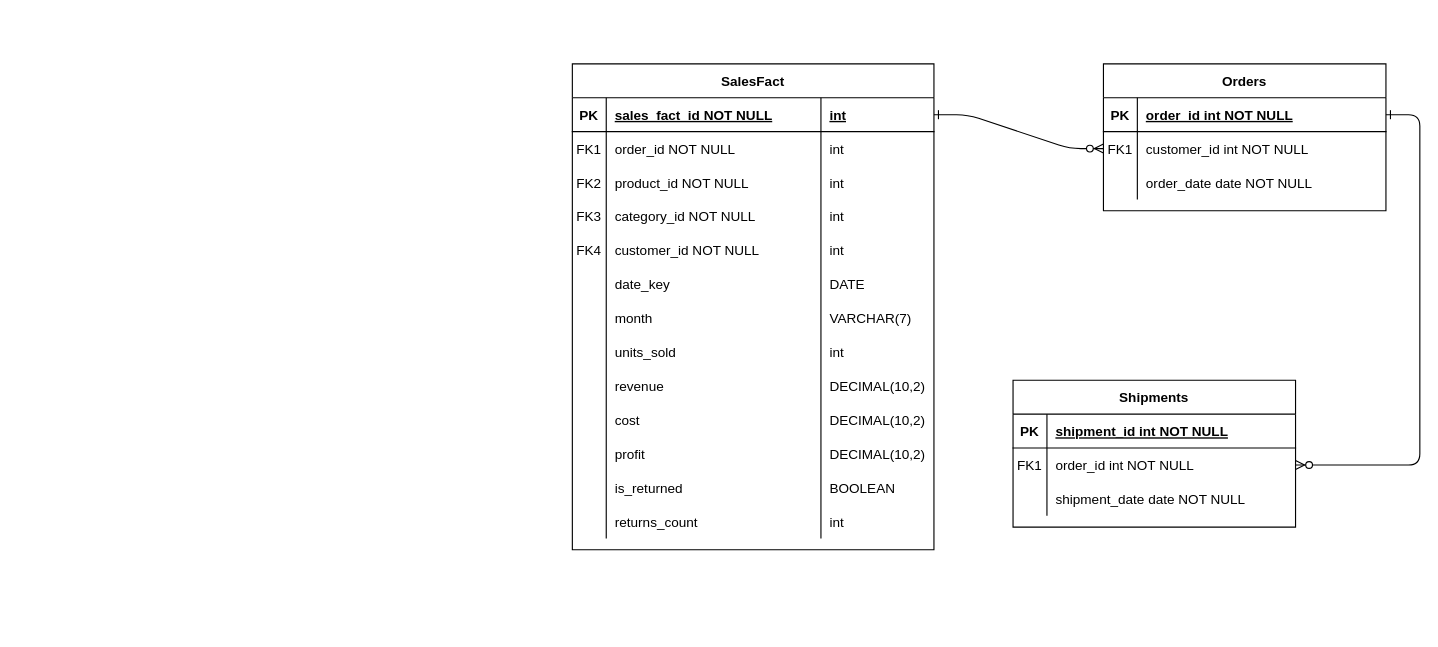
Above: Снежинка Data Mart.drawio in SofiyaBrodnikova/-educational (draw.io), before the change. Source tidied: cells renumbered, new cells numbered last; positions are measured from the earlier drawing's top-left corner, leaving out a move shared by most shapes. Both pictures are drawn from the tidied source at 113%, with x=0, y=0 at pixel (572, 63).
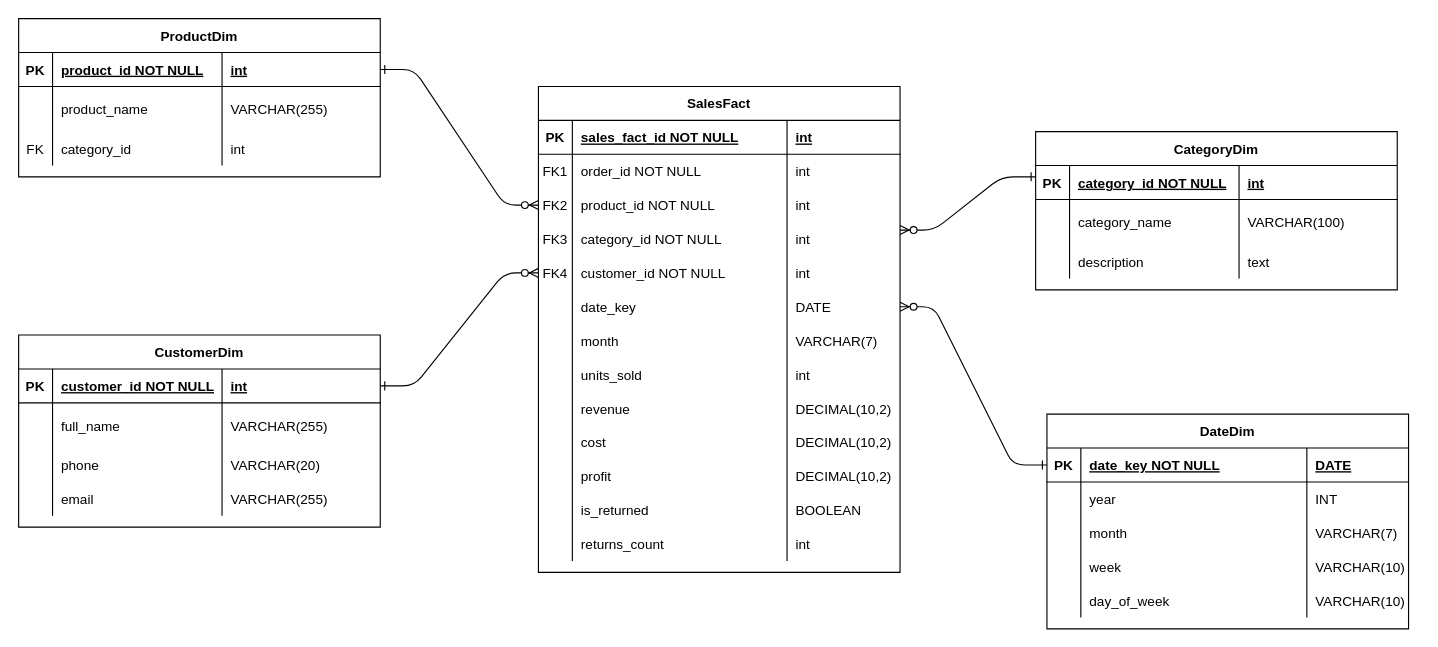
The same diagram, later.

Unchanged cells that the change refers to:
```xml
<mxCell id="25" style="shape=partialRectangle;fillColor=none;points=[[0,0.5],[1,0.5]];portConstraint=eastwest;top=0;left=0;right=0;bottom=1;" parent="24" vertex="1">
  <mxGeometry y="30" width="320" height="30" as="geometry" />
</mxCell>
<mxCell id="33" style="shape=partialRectangle;fillColor=none;points=[[0,0.5],[1,0.5]];portConstraint=eastwest;top=0;left=0;right=0;bottom=0;" parent="24" vertex="1">
  <mxGeometry y="90" width="320" height="30" as="geometry" />
</mxCell>
<mxCell id="37" style="shape=partialRectangle;fillColor=none;points=[[0,0.5],[1,0.5]];portConstraint=eastwest;top=0;left=0;right=0;bottom=0;" parent="24" vertex="1">
  <mxGeometry y="120" width="320" height="30" as="geometry" />
</mxCell>
<mxCell id="41" style="shape=partialRectangle;fillColor=none;points=[[0,0.5],[1,0.5]];portConstraint=eastwest;top=0;left=0;right=0;bottom=0;" parent="24" vertex="1">
  <mxGeometry y="150" width="320" height="30" as="geometry" />
</mxCell>
<mxCell id="45" style="shape=partialRectangle;fillColor=none;points=[[0,0.5],[1,0.5]];portConstraint=eastwest;top=0;left=0;right=0;bottom=0;" parent="24" vertex="1">
  <mxGeometry y="180" width="320" height="30" as="geometry" />
</mxCell>
```

Change to the diagram source:
```diff
@@
-    <mxCell id="2" style="edgeStyle=entityRelationEdgeStyle;endArrow=ERzeroToMany;startArrow=ERone;endFill=1;startFill=0;" parent="1" edge="1" source="25" target="8">
+    <mxCell id="2" style="edgeStyle=entityRelationEdgeStyle;endArrow=ERzeroToMany;startArrow=ERone;endFill=1;startFill=0;exitX=0;exitY=0.5;exitDx=0;exitDy=0;entryX=1;entryY=0.5;entryDx=0;entryDy=0;" parent="1" edge="1" source="5" target="45">
       <mxGeometry relative="1" as="geometry" />
     </mxCell>
-    <mxCell id="3" style="edgeStyle=entityRelationEdgeStyle;endArrow=ERzeroToMany;startArrow=ERone;endFill=1;startFill=0;" parent="1" edge="1" source="5" target="18">
-      <mxGeometry relative="1" as="geometry" />
-    </mxCell>
-    <mxCell id="4" value="Orders" style="shape=table;startSize=30;childLayout=tableLayout;rowLines=0;fontStyle=1;align=center;" parent="1" vertex="1">
-      <mxGeometry x="470" width="250" height="130" as="geometry" />
+    <mxCell id="4" value="DateDim" style="shape=table;startSize=30;childLayout=tableLayout;rowLines=0;fontStyle=1;align=center;" parent="1" vertex="1">
+      <mxGeometry x="420" y="310" width="320" height="190" as="geometry" />
     </mxCell>
     <mxCell id="5" style="shape=partialRectangle;fillColor=none;points=[[0,0.5],[1,0.5]];portConstraint=eastwest;top=0;left=0;right=0;bottom=1;" parent="4" vertex="1">
-      <mxGeometry y="30" width="250" height="30" as="geometry" />
+      <mxGeometry y="30" width="320" height="30" as="geometry" />
     </mxCell>
@@
-    <mxCell id="7" value="order_id int NOT NULL " style="shape=partialRectangle;overflow=hidden;fillColor=none;top=0;left=0;bottom=0;right=0;align=left;spacingLeft=6;fontStyle=5;" parent="5" vertex="1">
-      <mxGeometry x="30" width="220" height="30" as="geometry" />
+    <mxCell id="7" value="date_key NOT NULL " style="shape=partialRectangle;overflow=hidden;fillColor=none;top=0;left=0;bottom=0;right=0;align=left;spacingLeft=6;fontStyle=5;" parent="5" vertex="1">
+      <mxGeometry x="30" width="200" height="30" as="geometry" />
     </mxCell>
+    <mxCell id="77" value="DATE" style="shape=partialRectangle;overflow=hidden;fillColor=none;top=0;left=0;bottom=0;right=0;align=left;spacingLeft=6;fontStyle=5;" parent="5" vertex="1">
+      <mxGeometry x="230" width="90" height="30" as="geometry" />
+    </mxCell>
     <mxCell id="8" style="shape=partialRectangle;fillColor=none;points=[[0,0.5],[1,0.5]];portConstraint=eastwest;top=0;left=0;right=0;bottom=0;" parent="4" vertex="1">
-      <mxGeometry y="60" width="250" height="30" as="geometry" />
+      <mxGeometry y="60" width="320" height="30" as="geometry" />
     </mxCell>
-    <mxCell id="9" value="FK1" style="shape=partialRectangle;overflow=hidden;fillColor=none;top=0;left=0;bottom=0;right=0;" parent="8" vertex="1">
+    <mxCell id="9" style="shape=partialRectangle;overflow=hidden;fillColor=none;top=0;left=0;bottom=0;right=0;" parent="8" vertex="1">
       <mxGeometry width="30" height="30" as="geometry" />
     </mxCell>
-    <mxCell id="10" value="customer_id int NOT NULL" style="shape=partialRectangle;overflow=hidden;fillColor=none;top=0;left=0;bottom=0;right=0;align=left;spacingLeft=6;" parent="8" vertex="1">
-      <mxGeometry x="30" width="220" height="30" as="geometry" />
+    <mxCell id="10" value="year" style="shape=partialRectangle;overflow=hidden;fillColor=none;top=0;left=0;bottom=0;right=0;align=left;spacingLeft=6;" parent="8" vertex="1">
+      <mxGeometry x="30" width="200" height="30" as="geometry" />
     </mxCell>
+    <mxCell id="78" value="INT" style="shape=partialRectangle;overflow=hidden;fillColor=none;top=0;left=0;bottom=0;right=0;align=left;spacingLeft=6;" parent="8" vertex="1">
+      <mxGeometry x="230" width="90" height="30" as="geometry" />
+    </mxCell>
     <mxCell id="11" style="shape=partialRectangle;fillColor=none;top=0;left=0;right=0;bottom=0;" parent="4" vertex="1">
-      <mxGeometry y="90" width="250" height="30" as="geometry" />
+      <mxGeometry y="90" width="320" height="30" as="geometry" />
     </mxCell>
@@
-    <mxCell id="13" value="order_date date NOT NULL" style="shape=partialRectangle;overflow=hidden;fillColor=none;top=0;left=0;bottom=0;right=0;align=left;spacingLeft=6;" parent="11" vertex="1">
-      <mxGeometry x="30" width="220" height="30" as="geometry" />
+    <mxCell id="13" value="month" style="shape=partialRectangle;overflow=hidden;fillColor=none;top=0;left=0;bottom=0;right=0;align=left;spacingLeft=6;" parent="11" vertex="1">
+      <mxGeometry x="30" width="200" height="30" as="geometry" />
     </mxCell>
+    <mxCell id="79" value="VARCHAR(7)" style="shape=partialRectangle;overflow=hidden;fillColor=none;top=0;left=0;bottom=0;right=0;align=left;spacingLeft=6;" parent="11" vertex="1">
+      <mxGeometry x="230" width="90" height="30" as="geometry" />
+    </mxCell>
+    <mxCell id="80" style="shape=partialRectangle;fillColor=none;top=0;left=0;right=0;bottom=0;" parent="4" vertex="1">
+      <mxGeometry y="120" width="320" height="30" as="geometry" />
+    </mxCell>
+    <mxCell id="81" style="shape=partialRectangle;overflow=hidden;fillColor=none;top=0;left=0;bottom=0;right=0;" parent="80" vertex="1">
+      <mxGeometry width="30" height="30" as="geometry" />
+    </mxCell>
+    <mxCell id="82" value="week" style="shape=partialRectangle;overflow=hidden;fillColor=none;top=0;left=0;bottom=0;right=0;align=left;spacingLeft=6;" parent="80" vertex="1">
+      <mxGeometry x="30" width="200" height="30" as="geometry" />
+    </mxCell>
+    <mxCell id="83" value="VARCHAR(10)" style="shape=partialRectangle;overflow=hidden;fillColor=none;top=0;left=0;bottom=0;right=0;align=left;spacingLeft=6;" parent="80" vertex="1">
+      <mxGeometry x="230" width="90" height="30" as="geometry" />
+    </mxCell>
+    <mxCell id="84" style="shape=partialRectangle;fillColor=none;top=0;left=0;right=0;bottom=0;" parent="4" vertex="1">
+      <mxGeometry y="150" width="320" height="30" as="geometry" />
+    </mxCell>
+    <mxCell id="85" style="shape=partialRectangle;overflow=hidden;fillColor=none;top=0;left=0;bottom=0;right=0;" parent="84" vertex="1">
+      <mxGeometry width="30" height="30" as="geometry" />
+    </mxCell>
+    <mxCell id="86" value="day_of_week" style="shape=partialRectangle;overflow=hidden;fillColor=none;top=0;left=0;bottom=0;right=0;align=left;spacingLeft=6;" parent="84" vertex="1">
+      <mxGeometry x="30" width="200" height="30" as="geometry" />
+    </mxCell>
+    <mxCell id="87" value="VARCHAR(10)" style="shape=partialRectangle;overflow=hidden;fillColor=none;top=0;left=0;bottom=0;right=0;align=left;spacingLeft=6;" parent="84" vertex="1">
+      <mxGeometry x="230" width="90" height="30" as="geometry" />
+    </mxCell>
-    <mxCell id="14" value="Shipments" style="shape=table;startSize=30;childLayout=tableLayout;rowLines=0;fontStyle=1;align=center;" parent="1" vertex="1">
-      <mxGeometry x="390" y="280" width="250" height="130" as="geometry" />
+    <mxCell id="14" value="CustomerDim" style="shape=table;startSize=30;childLayout=tableLayout;rowLines=0;fontStyle=1;align=center;" parent="1" vertex="1">
+      <mxGeometry x="-490" y="240" width="320" height="170" as="geometry" />
     </mxCell>
     <mxCell id="15" style="shape=partialRectangle;fillColor=none;points=[[0,0.5],[1,0.5]];portConstraint=eastwest;top=0;left=0;right=0;bottom=1;" parent="14" vertex="1">
-      <mxGeometry y="30" width="250" height="30" as="geometry" />
+      <mxGeometry y="30" width="320" height="30" as="geometry" />
     </mxCell>
@@
-    <mxCell id="17" value="shipment_id int NOT NULL " style="shape=partialRectangle;overflow=hidden;fillColor=none;top=0;left=0;bottom=0;right=0;align=left;spacingLeft=6;fontStyle=5;" parent="15" vertex="1">
-      <mxGeometry x="30" width="220" height="30" as="geometry" />
+    <mxCell id="17" value="customer_id NOT NULL " style="shape=partialRectangle;overflow=hidden;fillColor=none;top=0;left=0;bottom=0;right=0;align=left;spacingLeft=6;fontStyle=5;" parent="15" vertex="1">
+      <mxGeometry x="30" width="150" height="30" as="geometry" />
     </mxCell>
+    <mxCell id="88" value="int" style="shape=partialRectangle;overflow=hidden;fillColor=none;top=0;left=0;bottom=0;right=0;align=left;spacingLeft=6;fontStyle=5;" parent="15" vertex="1">
+      <mxGeometry x="180" width="140" height="30" as="geometry" />
+    </mxCell>
     <mxCell id="18" style="shape=partialRectangle;fillColor=none;points=[[0,0.5],[1,0.5]];portConstraint=eastwest;top=0;left=0;right=0;bottom=0;" parent="14" vertex="1">
-      <mxGeometry y="60" width="250" height="30" as="geometry" />
+      <mxGeometry y="60" width="320" height="40" as="geometry" />
     </mxCell>
-    <mxCell id="19" value="FK1" style="shape=partialRectangle;overflow=hidden;fillColor=none;top=0;left=0;bottom=0;right=0;" parent="18" vertex="1">
-      <mxGeometry width="30" height="30" as="geometry" />
+    <mxCell id="19" style="shape=partialRectangle;overflow=hidden;fillColor=none;top=0;left=0;bottom=0;right=0;" parent="18" vertex="1">
+      <mxGeometry width="30" height="40" as="geometry" />
     </mxCell>
-    <mxCell id="20" value="order_id int NOT NULL" style="shape=partialRectangle;overflow=hidden;fillColor=none;top=0;left=0;bottom=0;right=0;align=left;spacingLeft=6;" parent="18" vertex="1">
-      <mxGeometry x="30" width="220" height="30" as="geometry" />
+    <mxCell id="20" value="full_name" style="shape=partialRectangle;overflow=hidden;fillColor=none;top=0;left=0;bottom=0;right=0;align=left;spacingLeft=6;" parent="18" vertex="1">
+      <mxGeometry x="30" width="150" height="40" as="geometry" />
     </mxCell>
+    <mxCell id="89" value="VARCHAR(255)" style="shape=partialRectangle;overflow=hidden;fillColor=none;top=0;left=0;bottom=0;right=0;align=left;spacingLeft=6;" parent="18" vertex="1">
+      <mxGeometry x="180" width="140" height="40" as="geometry" />
+    </mxCell>
     <mxCell id="21" style="shape=partialRectangle;fillColor=none;top=0;left=0;right=0;bottom=0;" parent="14" vertex="1">
-      <mxGeometry y="90" width="250" height="30" as="geometry" />
+      <mxGeometry y="100" width="320" height="30" as="geometry" />
     </mxCell>
@@
-    <mxCell id="23" value="shipment_date date NOT NULL" style="shape=partialRectangle;overflow=hidden;fillColor=none;top=0;left=0;bottom=0;right=0;align=left;spacingLeft=6;" parent="21" vertex="1">
-      <mxGeometry x="30" width="220" height="30" as="geometry" />
+    <mxCell id="23" value="phone" style="shape=partialRectangle;overflow=hidden;fillColor=none;top=0;left=0;bottom=0;right=0;align=left;spacingLeft=6;" parent="21" vertex="1">
+      <mxGeometry x="30" width="150" height="30" as="geometry" />
     </mxCell>
+    <mxCell id="90" value="VARCHAR(20)" style="shape=partialRectangle;overflow=hidden;fillColor=none;top=0;left=0;bottom=0;right=0;align=left;spacingLeft=6;" parent="21" vertex="1">
+      <mxGeometry x="180" width="140" height="30" as="geometry" />
+    </mxCell>
+    <mxCell id="91" style="shape=partialRectangle;fillColor=none;top=0;left=0;right=0;bottom=0;" parent="14" vertex="1">
+      <mxGeometry y="130" width="320" height="30" as="geometry" />
+    </mxCell>
+    <mxCell id="92" style="shape=partialRectangle;overflow=hidden;fillColor=none;top=0;left=0;bottom=0;right=0;" parent="91" vertex="1">
+      <mxGeometry width="30" height="30" as="geometry" />
+    </mxCell>
+    <mxCell id="93" value="email" style="shape=partialRectangle;overflow=hidden;fillColor=none;top=0;left=0;bottom=0;right=0;align=left;spacingLeft=6;" parent="91" vertex="1">
+      <mxGeometry x="30" width="150" height="30" as="geometry" />
+    </mxCell>
+    <mxCell id="94" value="VARCHAR(255)" style="shape=partialRectangle;overflow=hidden;fillColor=none;top=0;left=0;bottom=0;right=0;align=left;spacingLeft=6;" parent="91" vertex="1">
+      <mxGeometry x="180" width="140" height="30" as="geometry" />
+    </mxCell>
     <mxCell id="24" value="SalesFact" style="shape=table;startSize=30;childLayout=tableLayout;rowLines=0;fontStyle=1;align=center;" parent="1" vertex="1">
-      <mxGeometry width="320" height="430" as="geometry" />
+      <mxGeometry x="-30" y="20" width="320" height="430" as="geometry" />
     </mxCell>
@@
+    <mxCell id="3" style="edgeStyle=entityRelationEdgeStyle;endArrow=ERzeroToMany;startArrow=ERone;endFill=1;startFill=0;exitX=1;exitY=0.5;exitDx=0;exitDy=0;entryX=0;entryY=0.5;entryDx=0;entryDy=0;" parent="1" edge="1" source="15" target="41">
+      <mxGeometry relative="1" as="geometry" />
+    </mxCell>
+    <mxCell id="95" value="ProductDim" style="shape=table;startSize=30;childLayout=tableLayout;rowLines=0;fontStyle=1;align=center;" parent="1" vertex="1">
+      <mxGeometry x="-490" y="-40" width="320" height="140" as="geometry" />
+    </mxCell>
+    <mxCell id="96" style="shape=partialRectangle;fillColor=none;points=[[0,0.5],[1,0.5]];portConstraint=eastwest;top=0;left=0;right=0;bottom=1;" parent="95" vertex="1">
+      <mxGeometry y="30" width="320" height="30" as="geometry" />
+    </mxCell>
+    <mxCell id="97" value="PK" style="shape=partialRectangle;overflow=hidden;fillColor=none;top=0;left=0;bottom=0;right=0;fontStyle=1;" parent="96" vertex="1">
+      <mxGeometry width="30" height="30" as="geometry" />
+    </mxCell>
+    <mxCell id="98" value="product_id NOT NULL " style="shape=partialRectangle;overflow=hidden;fillColor=none;top=0;left=0;bottom=0;right=0;align=left;spacingLeft=6;fontStyle=5;" parent="96" vertex="1">
+      <mxGeometry x="30" width="150" height="30" as="geometry" />
+    </mxCell>
+    <mxCell id="99" value="int" style="shape=partialRectangle;overflow=hidden;fillColor=none;top=0;left=0;bottom=0;right=0;align=left;spacingLeft=6;fontStyle=5;" parent="96" vertex="1">
+      <mxGeometry x="180" width="140" height="30" as="geometry" />
+    </mxCell>
+    <mxCell id="100" style="shape=partialRectangle;fillColor=none;top=0;left=0;right=0;bottom=0;" parent="95" vertex="1">
+      <mxGeometry y="60" width="320" height="40" as="geometry" />
+    </mxCell>
+    <mxCell id="101" style="shape=partialRectangle;overflow=hidden;fillColor=none;top=0;left=0;bottom=0;right=0;" parent="100" vertex="1">
+      <mxGeometry width="30" height="40" as="geometry" />
+    </mxCell>
+    <mxCell id="102" value="product_name" style="shape=partialRectangle;overflow=hidden;fillColor=none;top=0;left=0;bottom=0;right=0;align=left;spacingLeft=6;" parent="100" vertex="1">
+      <mxGeometry x="30" width="150" height="40" as="geometry" />
+    </mxCell>
+    <mxCell id="103" value="VARCHAR(255)" style="shape=partialRectangle;overflow=hidden;fillColor=none;top=0;left=0;bottom=0;right=0;align=left;spacingLeft=6;" parent="100" vertex="1">
+      <mxGeometry x="180" width="140" height="40" as="geometry" />
+    </mxCell>
+    <mxCell id="104" style="shape=partialRectangle;fillColor=none;top=0;left=0;right=0;bottom=0;" parent="95" vertex="1">
+      <mxGeometry y="100" width="320" height="30" as="geometry" />
+    </mxCell>
+    <mxCell id="105" value="FK" style="shape=partialRectangle;overflow=hidden;fillColor=none;top=0;left=0;bottom=0;right=0;" parent="104" vertex="1">
+      <mxGeometry width="30" height="30" as="geometry" />
+    </mxCell>
+    <mxCell id="106" value="category_id" style="shape=partialRectangle;overflow=hidden;fillColor=none;top=0;left=0;bottom=0;right=0;align=left;spacingLeft=6;" parent="104" vertex="1">
+      <mxGeometry x="30" width="150" height="30" as="geometry" />
+    </mxCell>
+    <mxCell id="107" value="int" style="shape=partialRectangle;overflow=hidden;fillColor=none;top=0;left=0;bottom=0;right=0;align=left;spacingLeft=6;" parent="104" vertex="1">
+      <mxGeometry x="180" width="140" height="30" as="geometry" />
+    </mxCell>
+    <mxCell id="108" style="edgeStyle=entityRelationEdgeStyle;endArrow=ERzeroToMany;startArrow=ERone;endFill=1;startFill=0;exitX=1;exitY=0.5;exitDx=0;exitDy=0;entryX=0;entryY=0.5;entryDx=0;entryDy=0;" parent="1" edge="1" source="96" target="33">
+      <mxGeometry relative="1" as="geometry" />
+    </mxCell>
+    <mxCell id="109" value="CategoryDim" style="shape=table;startSize=30;childLayout=tableLayout;rowLines=0;fontStyle=1;align=center;" parent="1" vertex="1">
+      <mxGeometry x="410" y="60" width="320" height="140" as="geometry" />
+    </mxCell>
+    <mxCell id="110" style="shape=partialRectangle;fillColor=none;points=[[0,0.5],[1,0.5]];portConstraint=eastwest;top=0;left=0;right=0;bottom=1;" parent="109" vertex="1">
+      <mxGeometry y="30" width="320" height="30" as="geometry" />
+    </mxCell>
+    <mxCell id="111" value="PK" style="shape=partialRectangle;overflow=hidden;fillColor=none;top=0;left=0;bottom=0;right=0;fontStyle=1;" parent="110" vertex="1">
+      <mxGeometry width="30" height="30" as="geometry" />
+    </mxCell>
+    <mxCell id="112" value="category_id NOT NULL " style="shape=partialRectangle;overflow=hidden;fillColor=none;top=0;left=0;bottom=0;right=0;align=left;spacingLeft=6;fontStyle=5;" parent="110" vertex="1">
+      <mxGeometry x="30" width="150" height="30" as="geometry" />
+    </mxCell>
+    <mxCell id="113" value="int" style="shape=partialRectangle;overflow=hidden;fillColor=none;top=0;left=0;bottom=0;right=0;align=left;spacingLeft=6;fontStyle=5;" parent="110" vertex="1">
+      <mxGeometry x="180" width="140" height="30" as="geometry" />
+    </mxCell>
+    <mxCell id="114" style="shape=partialRectangle;fillColor=none;top=0;left=0;right=0;bottom=0;" parent="109" vertex="1">
+      <mxGeometry y="60" width="320" height="40" as="geometry" />
+    </mxCell>
+    <mxCell id="115" style="shape=partialRectangle;overflow=hidden;fillColor=none;top=0;left=0;bottom=0;right=0;" parent="114" vertex="1">
+      <mxGeometry width="30" height="40" as="geometry" />
+    </mxCell>
+    <mxCell id="116" value="category_name" style="shape=partialRectangle;overflow=hidden;fillColor=none;top=0;left=0;bottom=0;right=0;align=left;spacingLeft=6;" parent="114" vertex="1">
+      <mxGeometry x="30" width="150" height="40" as="geometry" />
+    </mxCell>
+    <mxCell id="117" value="VARCHAR(100)" style="shape=partialRectangle;overflow=hidden;fillColor=none;top=0;left=0;bottom=0;right=0;align=left;spacingLeft=6;" parent="114" vertex="1">
+      <mxGeometry x="180" width="140" height="40" as="geometry" />
+    </mxCell>
+    <mxCell id="118" style="shape=partialRectangle;fillColor=none;top=0;left=0;right=0;bottom=0;" parent="109" vertex="1">
+      <mxGeometry y="100" width="320" height="30" as="geometry" />
+    </mxCell>
+    <mxCell id="119" style="shape=partialRectangle;overflow=hidden;fillColor=none;top=0;left=0;bottom=0;right=0;" parent="118" vertex="1">
+      <mxGeometry width="30" height="30" as="geometry" />
+    </mxCell>
+    <mxCell id="120" value="description" style="shape=partialRectangle;overflow=hidden;fillColor=none;top=0;left=0;bottom=0;right=0;align=left;spacingLeft=6;" parent="118" vertex="1">
+      <mxGeometry x="30" width="150" height="30" as="geometry" />
+    </mxCell>
+    <mxCell id="121" value="text" style="shape=partialRectangle;overflow=hidden;fillColor=none;top=0;left=0;bottom=0;right=0;align=left;spacingLeft=6;" parent="118" vertex="1">
+      <mxGeometry x="180" width="140" height="30" as="geometry" />
+    </mxCell>
+    <mxCell id="122" style="edgeStyle=entityRelationEdgeStyle;endArrow=ERzeroToMany;startArrow=ERone;endFill=1;startFill=0;entryX=1;entryY=0.237;entryDx=0;entryDy=0;entryPerimeter=0;exitX=0;exitY=0.333;exitDx=0;exitDy=0;exitPerimeter=0;" parent="1" edge="1" source="110" target="37">
+      <mxGeometry relative="1" as="geometry" />
+    </mxCell>
```
